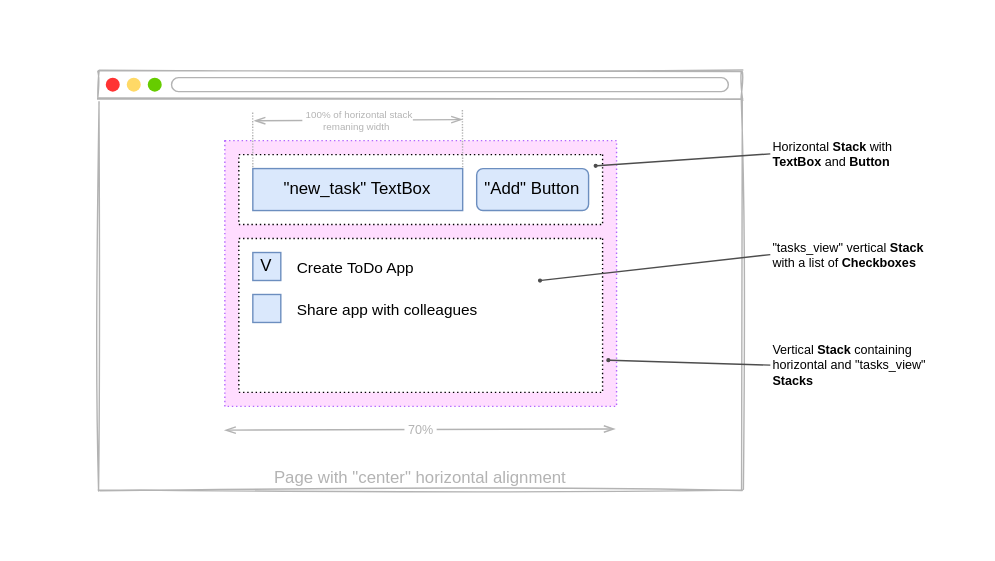
pglet/website keeps this draw.io diagram as static/img/docs/tutorial/todo-diagram-1.svg. Above is the earlier version. Source tidied: cells renumbered, new cells last; positions are measured from the earlier drawing's top-left corner, leaving out a move shared by most shapes. The source it was exported from:
```xml
<mxGraphModel>
  <root>
    <mxCell id="0" />
    <mxCell id="1" parent="0" />
    <mxCell id="2" style="rounded=0;whiteSpace=wrap;html=1;labelBackgroundColor=#ffffff;sketch=1;fontSize=7;fontColor=#B3B3B3;align=right;fillColor=none;strokeColor=none;" parent="1" vertex="1">
      <mxGeometry width="710" height="400" as="geometry" />
    </mxCell>
    <mxCell id="3" value="Page with &quot;center&quot; horizontal alignment" style="rounded=0;whiteSpace=wrap;html=1;sketch=1;verticalAlign=bottom;strokeColor=#B3B3B3;fontColor=#B3B3B3;" parent="1" vertex="1">
      <mxGeometry x="70" y="70" width="460" height="280" as="geometry" />
    </mxCell>
    <mxCell id="4" style="rounded=0;whiteSpace=wrap;html=1;dashed=1;dashPattern=1 2;fillColor=#FFDDFF;strokeColor=#B266FF;" parent="1" vertex="1">
      <mxGeometry x="160.1" y="100" width="280" height="190" as="geometry" />
    </mxCell>
    <mxCell id="5" style="rounded=0;whiteSpace=wrap;html=1;direction=south;dashed=1;dashPattern=1 2;" parent="1" vertex="1">
      <mxGeometry x="170.1" y="110" width="260" height="50" as="geometry" />
    </mxCell>
    <mxCell id="6" value="&quot;new_task&quot; TextBox" style="rounded=0;whiteSpace=wrap;html=1;fillColor=#dae8fc;sketch=0;strokeColor=#6c8ebf;" parent="1" vertex="1">
      <mxGeometry x="180.1" y="120" width="150" height="30" as="geometry" />
    </mxCell>
    <mxCell id="7" value="&quot;Add&quot; Button" style="rounded=1;whiteSpace=wrap;html=1;fillColor=#dae8fc;sketch=0;strokeColor=#6c8ebf;" parent="1" vertex="1">
      <mxGeometry x="340.1" y="120" width="80" height="30" as="geometry" />
    </mxCell>
    <mxCell id="8" style="rounded=0;whiteSpace=wrap;html=1;direction=south;dashed=1;dashPattern=1 2;" parent="1" vertex="1">
      <mxGeometry x="170.1" y="170" width="260" height="110" as="geometry" />
    </mxCell>
    <mxCell id="9" value="Horizontal &lt;b&gt;Stack &lt;/b&gt;with &lt;b&gt;TextBox &lt;/b&gt;and &lt;b&gt;Button&lt;/b&gt;" style="text;html=1;strokeColor=none;fillColor=none;align=left;verticalAlign=middle;whiteSpace=wrap;rounded=0;dashed=1;dashPattern=1 2;sketch=0;fontSize=9;" parent="1" vertex="1">
      <mxGeometry x="550" y="100" width="100" height="19" as="geometry" />
    </mxCell>
    <mxCell id="10" style="endArrow=oval;html=1;endFill=1;strokeWidth=1;jumpSize=5;endSize=2;startSize=2;strokeColor=#4D4D4D;entryX=0.16;entryY=0.019;entryDx=0;entryDy=0;entryPerimeter=0;exitX=0;exitY=0.5;exitDx=0;exitDy=0;" parent="1" edge="1" source="9" target="5">
      <mxGeometry relative="1" as="geometry" />
    </mxCell>
    <mxCell id="11" value="V" style="rounded=0;whiteSpace=wrap;html=1;fillColor=#dae8fc;sketch=0;strokeColor=#6c8ebf;" parent="1" vertex="1">
      <mxGeometry x="180.1" y="180" width="20" height="20" as="geometry" />
    </mxCell>
    <mxCell id="12" value="Create ToDo App" style="text;html=1;strokeColor=none;fillColor=none;align=left;verticalAlign=middle;whiteSpace=wrap;rounded=0;dashed=1;dashPattern=1 2;sketch=0;fontSize=11;" parent="1" vertex="1">
      <mxGeometry x="210.1" y="181" width="100" height="19" as="geometry" />
    </mxCell>
    <mxCell id="13" style="rounded=0;whiteSpace=wrap;html=1;fillColor=#dae8fc;sketch=0;strokeColor=#6c8ebf;" parent="1" vertex="1">
      <mxGeometry x="180.1" y="210" width="20" height="20" as="geometry" />
    </mxCell>
    <mxCell id="14" value="Share app with colleagues" style="text;html=1;strokeColor=none;fillColor=none;align=left;verticalAlign=middle;whiteSpace=wrap;rounded=0;dashed=1;dashPattern=1 2;sketch=0;fontSize=11;" parent="1" vertex="1">
      <mxGeometry x="210.1" y="211" width="160" height="19" as="geometry" />
    </mxCell>
    <mxCell id="15" value="&quot;tasks_view&quot; vertical &lt;b&gt;Stack &lt;/b&gt;with a list of&amp;nbsp;&lt;b&gt;Checkboxes&lt;/b&gt;" style="text;html=1;strokeColor=none;fillColor=none;align=left;verticalAlign=middle;whiteSpace=wrap;rounded=0;dashed=1;dashPattern=1 2;sketch=0;fontSize=9;" parent="1" vertex="1">
      <mxGeometry x="550" y="172" width="120" height="19" as="geometry" />
    </mxCell>
    <mxCell id="16" style="endArrow=oval;html=1;endFill=1;strokeWidth=1;jumpSize=5;endSize=2;startSize=2;strokeColor=#4D4D4D;entryX=0.273;entryY=0.172;entryDx=0;entryDy=0;entryPerimeter=0;exitX=0;exitY=0.5;exitDx=0;exitDy=0;" parent="1" edge="1" source="15" target="8">
      <mxGeometry relative="1" as="geometry" />
    </mxCell>
    <mxCell id="17" style="rounded=0;whiteSpace=wrap;html=1;verticalAlign=top;sketch=1;fontFamily=Comic Sans MS;fontColor=#808080;labelBackgroundColor=#ffffff;strokeColor=#B3B3B3;fillColor=#FFFFFF;" parent="1" vertex="1">
      <mxGeometry x="70" y="50" width="460" height="20" as="geometry" />
    </mxCell>
    <mxCell id="18" style="ellipse;whiteSpace=wrap;html=1;sketch=0;fontFamily=Comic Sans MS;fontSize=14;fontColor=#808080;align=left;fillColor=#FF3333;strokeColor=none;" parent="1" vertex="1">
      <mxGeometry x="75" y="55" width="10" height="10" as="geometry" />
    </mxCell>
    <mxCell id="19" style="ellipse;whiteSpace=wrap;html=1;sketch=0;fontFamily=Comic Sans MS;fontSize=14;fontColor=#808080;align=left;strokeColor=none;fillColor=#66CC00;" parent="1" vertex="1">
      <mxGeometry x="105" y="55" width="10" height="10" as="geometry" />
    </mxCell>
    <mxCell id="20" style="ellipse;whiteSpace=wrap;html=1;sketch=0;fontFamily=Comic Sans MS;fontSize=14;fontColor=#808080;align=left;strokeColor=none;fillColor=#FFD966;" parent="1" vertex="1">
      <mxGeometry x="90" y="55" width="10" height="10" as="geometry" />
    </mxCell>
    <mxCell id="21" style="rounded=1;whiteSpace=wrap;html=1;sketch=0;fontFamily=Comic Sans MS;fontSize=14;fontColor=#808080;align=left;fillColor=#FFFFFF;arcSize=50;strokeColor=#B3B3B3;" parent="1" vertex="1">
      <mxGeometry x="122" y="55" width="398" height="10" as="geometry" />
    </mxCell>
    <mxCell id="22" style="endArrow=openThin;startArrow=openThin;html=1;strokeColor=#B3B3B3;fontSize=11;fontColor=#B3B3B3;entryX=0.8;entryY=0.754;entryDx=0;entryDy=0;entryPerimeter=0;exitX=0.193;exitY=0.757;exitDx=0;exitDy=0;exitPerimeter=0;startFill=0;endFill=0;" parent="1" edge="1">
      <mxGeometry relative="1" as="geometry">
        <mxPoint x="159.9" y="307" as="sourcePoint" />
        <mxPoint x="439.1" y="306.1" as="targetPoint" />
      </mxGeometry>
    </mxCell>
    <mxCell id="23" value="&amp;nbsp;70%&amp;nbsp;" style="edgeLabel;html=1;align=center;verticalAlign=middle;fontSize=9;fontColor=#B3B3B3;" parent="22" vertex="1">
      <mxGeometry x="0.36" relative="1" as="geometry">
        <mxPoint x="-50.1" as="offset" />
      </mxGeometry>
    </mxCell>
    <mxCell id="24" value="Vertical &lt;b&gt;Stack &lt;/b&gt;containing horizontal and &quot;tasks_view&quot; &lt;b&gt;Stacks&lt;/b&gt;" style="text;html=1;strokeColor=none;fillColor=none;align=left;verticalAlign=middle;whiteSpace=wrap;rounded=0;dashed=1;dashPattern=1 2;sketch=0;fontSize=9;" parent="1" vertex="1">
      <mxGeometry x="550" y="251" width="140" height="19" as="geometry" />
    </mxCell>
    <mxCell id="25" style="endArrow=oval;html=1;endFill=1;strokeWidth=1;jumpSize=5;endSize=2;startSize=2;strokeColor=#4D4D4D;entryX=0.979;entryY=0.826;entryDx=0;entryDy=0;entryPerimeter=0;exitX=0;exitY=0.5;exitDx=0;exitDy=0;" parent="1" edge="1" source="24" target="4">
      <mxGeometry relative="1" as="geometry" />
    </mxCell>
    <mxCell id="26" style="endArrow=openThin;startArrow=openThin;html=1;strokeColor=#B3B3B3;fontSize=11;fontColor=#B3B3B3;exitX=0.193;exitY=0.757;exitDx=0;exitDy=0;exitPerimeter=0;startFill=0;endFill=0;" parent="1" edge="1">
      <mxGeometry relative="1" as="geometry">
        <mxPoint x="181" y="85.8" as="sourcePoint" />
        <mxPoint x="330" y="85" as="targetPoint" />
      </mxGeometry>
    </mxCell>
    <mxCell id="27" value="&amp;nbsp;100% of horizontal stack&lt;br style=&quot;font-size: 7px;&quot;&gt;remaning width&amp;nbsp;" style="edgeLabel;html=1;align=center;verticalAlign=middle;fontSize=7;fontColor=#B3B3B3;" parent="26" vertex="1">
      <mxGeometry x="0.36" relative="1" as="geometry">
        <mxPoint x="-27.6" as="offset" />
      </mxGeometry>
    </mxCell>
    <mxCell id="28" style="endArrow=none;dashed=1;html=1;dashPattern=1 1;strokeWidth=1;fontSize=9;fontColor=#B3B3B3;entryX=0;entryY=0;entryDx=0;entryDy=0;strokeColor=#B3B3B3;" parent="1" edge="1" target="6">
      <mxGeometry relative="1" as="geometry">
        <mxPoint x="180" y="80" as="sourcePoint" />
      </mxGeometry>
    </mxCell>
    <mxCell id="29" style="endArrow=none;dashed=1;html=1;dashPattern=1 1;strokeWidth=1;fontSize=9;fontColor=#B3B3B3;entryX=1;entryY=0;entryDx=0;entryDy=0;strokeColor=#B3B3B3;exitX=0.565;exitY=0.029;exitDx=0;exitDy=0;exitPerimeter=0;" parent="1" edge="1" source="3" target="6">
      <mxGeometry relative="1" as="geometry" />
    </mxCell>
  </root>
</mxGraphModel>
```
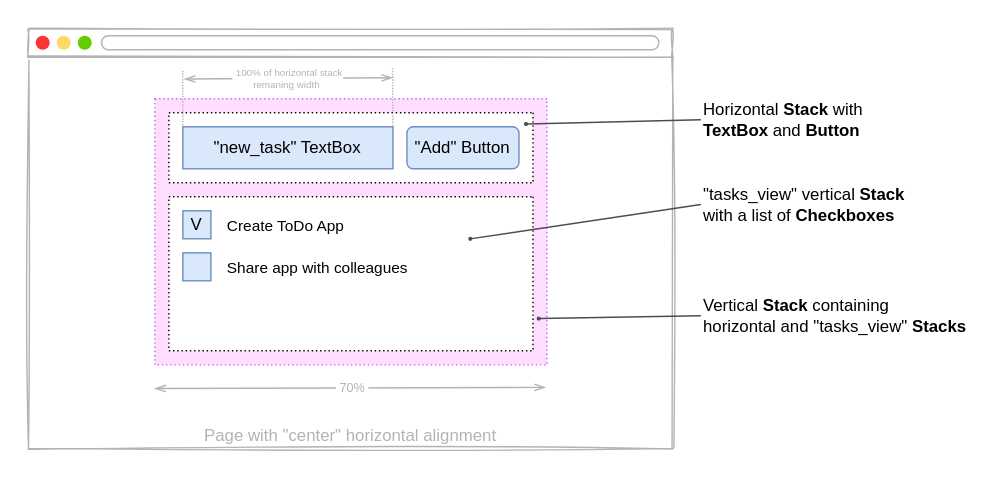
The same file after the commit.

Change to the diagram source:
```diff
@@ -3,7 +3,7 @@
     <mxCell id="0" />
     <mxCell id="1" parent="0" />
     <mxCell id="2" style="rounded=0;whiteSpace=wrap;html=1;labelBackgroundColor=#ffffff;sketch=1;fontSize=7;fontColor=#B3B3B3;align=right;fillColor=none;strokeColor=none;" parent="1" vertex="1">
-      <mxGeometry width="710" height="400" as="geometry" />
+      <mxGeometry x="50" y="30" width="700" height="340" as="geometry" />
     </mxCell>
     <mxCell id="3" value="Page with &quot;center&quot; horizontal alignment" style="rounded=0;whiteSpace=wrap;html=1;sketch=1;verticalAlign=bottom;strokeColor=#B3B3B3;fontColor=#B3B3B3;" parent="1" vertex="1">
       <mxGeometry x="70" y="70" width="460" height="280" as="geometry" />
@@ -23,8 +23,8 @@
     <mxCell id="8" style="rounded=0;whiteSpace=wrap;html=1;direction=south;dashed=1;dashPattern=1 2;" parent="1" vertex="1">
       <mxGeometry x="170.1" y="170" width="260" height="110" as="geometry" />
     </mxCell>
-    <mxCell id="9" value="Horizontal &lt;b&gt;Stack &lt;/b&gt;with &lt;b&gt;TextBox &lt;/b&gt;and &lt;b&gt;Button&lt;/b&gt;" style="text;html=1;strokeColor=none;fillColor=none;align=left;verticalAlign=middle;whiteSpace=wrap;rounded=0;dashed=1;dashPattern=1 2;sketch=0;fontSize=9;" parent="1" vertex="1">
-      <mxGeometry x="550" y="100" width="100" height="19" as="geometry" />
+    <mxCell id="9" value="Horizontal &lt;b style=&quot;font-size: 12px;&quot;&gt;Stack &lt;/b&gt;with &lt;b style=&quot;font-size: 12px;&quot;&gt;TextBox &lt;/b&gt;and &lt;b style=&quot;font-size: 12px;&quot;&gt;Button&lt;/b&gt;" style="text;html=1;strokeColor=none;fillColor=none;align=left;verticalAlign=middle;whiteSpace=wrap;rounded=0;dashed=1;dashPattern=1 2;sketch=0;fontSize=12;" parent="1" vertex="1">
+      <mxGeometry x="550" y="100" width="150" height="30" as="geometry" />
     </mxCell>
     <mxCell id="10" style="endArrow=oval;html=1;endFill=1;strokeWidth=1;jumpSize=5;endSize=2;startSize=2;strokeColor=#4D4D4D;entryX=0.16;entryY=0.019;entryDx=0;entryDy=0;entryPerimeter=0;exitX=0;exitY=0.5;exitDx=0;exitDy=0;" parent="1" edge="1" source="9" target="5">
       <mxGeometry relative="1" as="geometry" />
@@ -41,8 +41,8 @@
     <mxCell id="14" value="Share app with colleagues" style="text;html=1;strokeColor=none;fillColor=none;align=left;verticalAlign=middle;whiteSpace=wrap;rounded=0;dashed=1;dashPattern=1 2;sketch=0;fontSize=11;" parent="1" vertex="1">
       <mxGeometry x="210.1" y="211" width="160" height="19" as="geometry" />
     </mxCell>
-    <mxCell id="15" value="&quot;tasks_view&quot; vertical &lt;b&gt;Stack &lt;/b&gt;with a list of&amp;nbsp;&lt;b&gt;Checkboxes&lt;/b&gt;" style="text;html=1;strokeColor=none;fillColor=none;align=left;verticalAlign=middle;whiteSpace=wrap;rounded=0;dashed=1;dashPattern=1 2;sketch=0;fontSize=9;" parent="1" vertex="1">
-      <mxGeometry x="550" y="172" width="120" height="19" as="geometry" />
+    <mxCell id="15" value="&quot;tasks_view&quot; vertical &lt;b style=&quot;font-size: 12px;&quot;&gt;Stack &lt;/b&gt;with a list of&amp;nbsp;&lt;b style=&quot;font-size: 12px;&quot;&gt;Checkboxes&lt;/b&gt;" style="text;html=1;strokeColor=none;fillColor=none;align=left;verticalAlign=middle;whiteSpace=wrap;rounded=0;dashed=1;dashPattern=1 2;sketch=0;fontSize=12;" parent="1" vertex="1">
+      <mxGeometry x="550" y="160" width="150" height="31" as="geometry" />
     </mxCell>
     <mxCell id="16" style="endArrow=oval;html=1;endFill=1;strokeWidth=1;jumpSize=5;endSize=2;startSize=2;strokeColor=#4D4D4D;entryX=0.273;entryY=0.172;entryDx=0;entryDy=0;entryPerimeter=0;exitX=0;exitY=0.5;exitDx=0;exitDy=0;" parent="1" edge="1" source="15" target="8">
       <mxGeometry relative="1" as="geometry" />
@@ -73,8 +73,8 @@
         <mxPoint x="-50.1" as="offset" />
       </mxGeometry>
     </mxCell>
-    <mxCell id="24" value="Vertical &lt;b&gt;Stack &lt;/b&gt;containing horizontal and &quot;tasks_view&quot; &lt;b&gt;Stacks&lt;/b&gt;" style="text;html=1;strokeColor=none;fillColor=none;align=left;verticalAlign=middle;whiteSpace=wrap;rounded=0;dashed=1;dashPattern=1 2;sketch=0;fontSize=9;" parent="1" vertex="1">
-      <mxGeometry x="550" y="251" width="140" height="19" as="geometry" />
+    <mxCell id="24" value="Vertical &lt;b style=&quot;font-size: 12px;&quot;&gt;Stack &lt;/b&gt;containing horizontal and &quot;tasks_view&quot; &lt;b style=&quot;font-size: 12px;&quot;&gt;Stacks&lt;/b&gt;" style="text;html=1;strokeColor=none;fillColor=none;align=left;verticalAlign=middle;whiteSpace=wrap;rounded=0;dashed=1;dashPattern=1 2;sketch=0;fontSize=12;" parent="1" vertex="1">
+      <mxGeometry x="550" y="240" width="190" height="30" as="geometry" />
     </mxCell>
     <mxCell id="25" style="endArrow=oval;html=1;endFill=1;strokeWidth=1;jumpSize=5;endSize=2;startSize=2;strokeColor=#4D4D4D;entryX=0.979;entryY=0.826;entryDx=0;entryDy=0;entryPerimeter=0;exitX=0;exitY=0.5;exitDx=0;exitDy=0;" parent="1" edge="1" source="24" target="4">
       <mxGeometry relative="1" as="geometry" />
```
